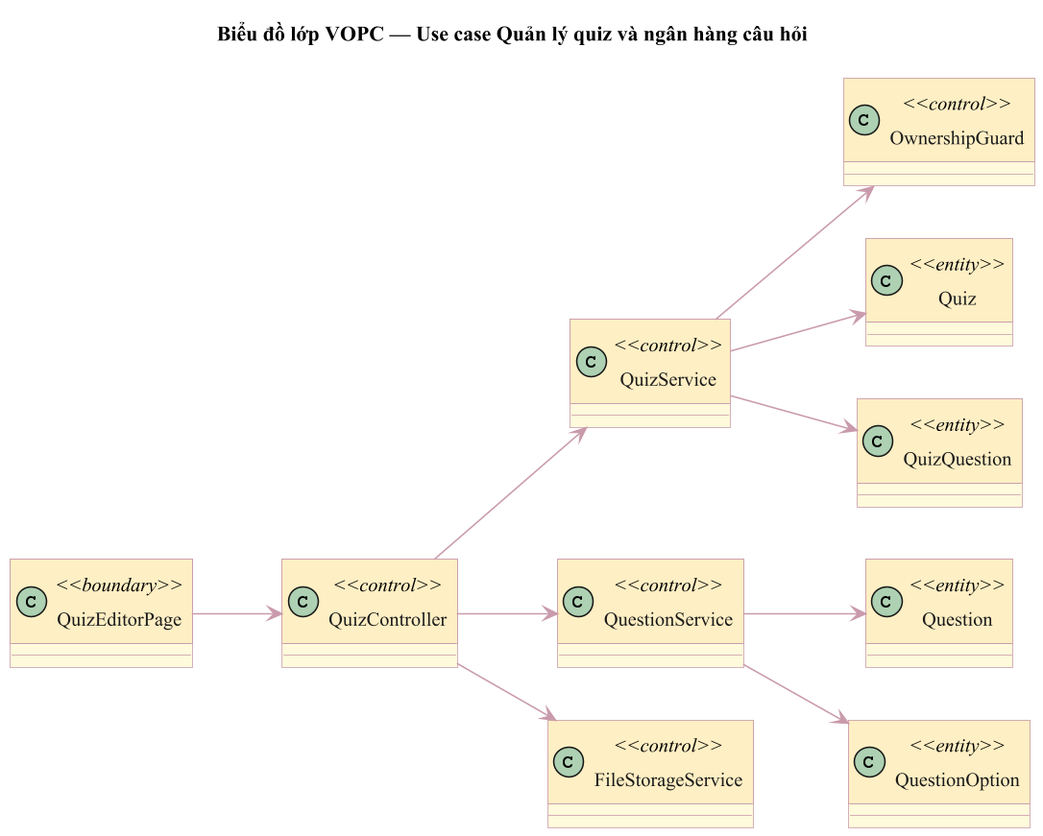
The PlantUML diagram bao-cao-datn/assets/hinh-2.17.png in NguyenDuc2004/QUIZ-TRIVIA, before a commit. The source it was exported from:
```plantuml
@startuml

skinparam dpi 150
skinparam defaultFontName "Times New Roman"
skinparam defaultFontSize 13
skinparam shadowing false
skinparam roundCorner 0
skinparam ArrowColor #C99AAB
skinparam ArrowFontColor #202020
skinparam Padding 4
skinparam ParticipantPadding 18
skinparam BoxPadding 8
skinparam SequenceMessageAlign center
skinparam guillemet false

skinparam usecase {
  BackgroundColor #FFFADC
  BorderColor #C99AAB
  FontColor #1a1a1a
}
skinparam actor {
  BackgroundColor #FFFFFF
  BorderColor #404040
  FontColor #1a1a1a
}
skinparam rectangle {
  BackgroundColor #FAFAFA
  BorderColor #808080
}

skinparam sequence {
  ArrowColor #C99AAB
  ArrowThickness 1
  LifeLineBorderColor #C99AAB
  LifeLineBackgroundColor #FFFFFF
  ParticipantBackgroundColor #FFFADC
  ParticipantBorderColor #C99AAB
  ParticipantFontColor #1a1a1a
  ParticipantFontSize 12
  ActorBackgroundColor #FFFFFF
  ActorBorderColor #404040
  GroupBorderColor #C99AAB
  GroupBackgroundColor #FFF5F8
  BoxBorderColor #C99AAB
}

skinparam class {
  BackgroundColor #FFFADC
  BorderColor #C99AAB
  HeaderBackgroundColor #FFEFC4
  AttributeFontColor #1a1a1a
  FontColor #1a1a1a
  ArrowColor #C99AAB
  AttributeFontSize 12
  FontSize 13
}
skinparam stereotype {
  CBackgroundColor #FFF1A8
  CBorderColor #C99AAB
  EBackgroundColor #FFF1A8
  EBorderColor #C99AAB
  ABackgroundColor #FFF1A8
  ABorderColor #C99AAB
}

title Biểu đồ lớp VOPC — Use case Quản lý quiz và ngân hàng câu hỏi
left to right direction

class QuizEditorPage <<boundary>>
class QuizController <<control>>
class QuizService <<control>>
class QuestionService <<control>>
class OwnershipGuard <<control>>
class FileStorageService <<control>>
class Quiz <<entity>>
class Question <<entity>>
class QuestionOption <<entity>>
class QuizQuestion <<entity>>

QuizEditorPage --> QuizController
QuizController --> QuizService
QuizController --> QuestionService
QuizService --> OwnershipGuard
QuizService --> Quiz
QuizService --> QuizQuestion
QuestionService --> Question
QuestionService --> QuestionOption
QuizController --> FileStorageService
@enduml
```
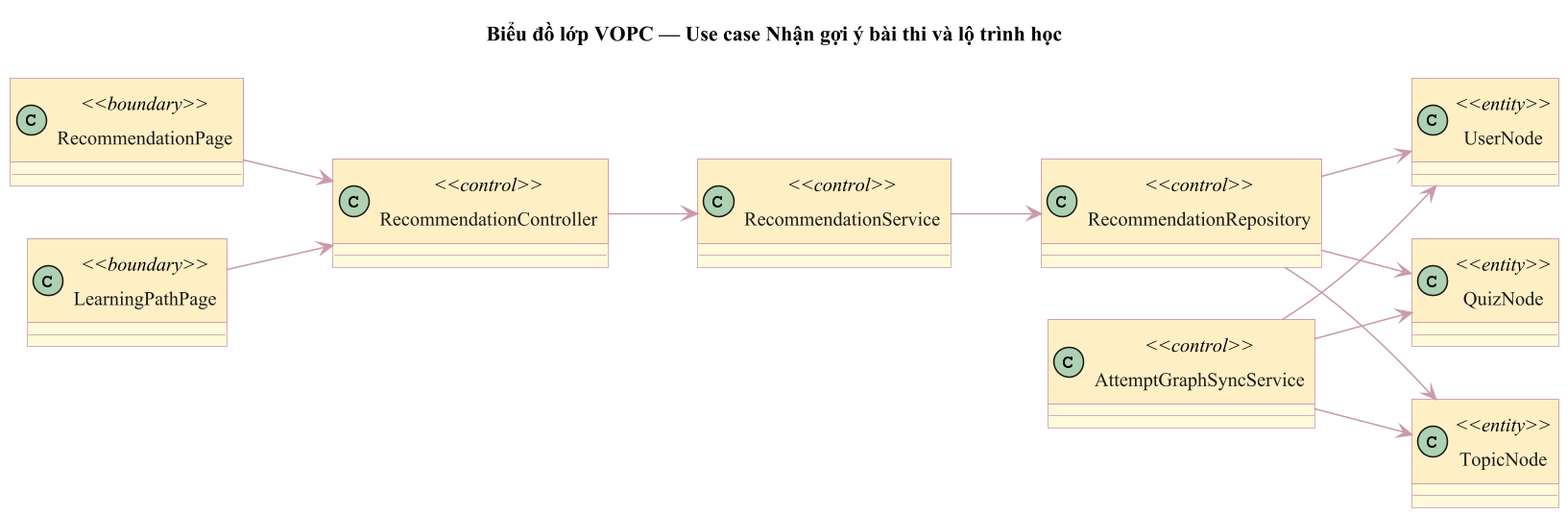
The same file after the commit.

Diff of the diagram source:
```diff
@@ -63,27 +63,27 @@
   ABorderColor #C99AAB
 }
 
-title Biểu đồ lớp VOPC — Use case Quản lý quiz và ngân hàng câu hỏi
+title Biểu đồ lớp VOPC — Use case Nhận gợi ý bài thi và lộ trình học
 left to right direction
 
-class QuizEditorPage <<boundary>>
-class QuizController <<control>>
-class QuizService <<control>>
-class QuestionService <<control>>
-class OwnershipGuard <<control>>
-class FileStorageService <<control>>
-class Quiz <<entity>>
-class Question <<entity>>
-class QuestionOption <<entity>>
-class QuizQuestion <<entity>>
+class RecommendationPage <<boundary>>
+class LearningPathPage <<boundary>>
+class RecommendationController <<control>>
+class RecommendationService <<control>>
+class RecommendationRepository <<control>>
+class AttemptGraphSyncService <<control>>
+class UserNode <<entity>>
+class QuizNode <<entity>>
+class TopicNode <<entity>>
 
-QuizEditorPage --> QuizController
-QuizController --> QuizService
-QuizController --> QuestionService
-QuizService --> OwnershipGuard
-QuizService --> Quiz
-QuizService --> QuizQuestion
-QuestionService --> Question
-QuestionService --> QuestionOption
-QuizController --> FileStorageService
+RecommendationPage --> RecommendationController
+LearningPathPage --> RecommendationController
+RecommendationController --> RecommendationService
+RecommendationService --> RecommendationRepository
+RecommendationRepository --> UserNode
+RecommendationRepository --> QuizNode
+RecommendationRepository --> TopicNode
+AttemptGraphSyncService --> UserNode
+AttemptGraphSyncService --> QuizNode
+AttemptGraphSyncService --> TopicNode
 @enduml
```
